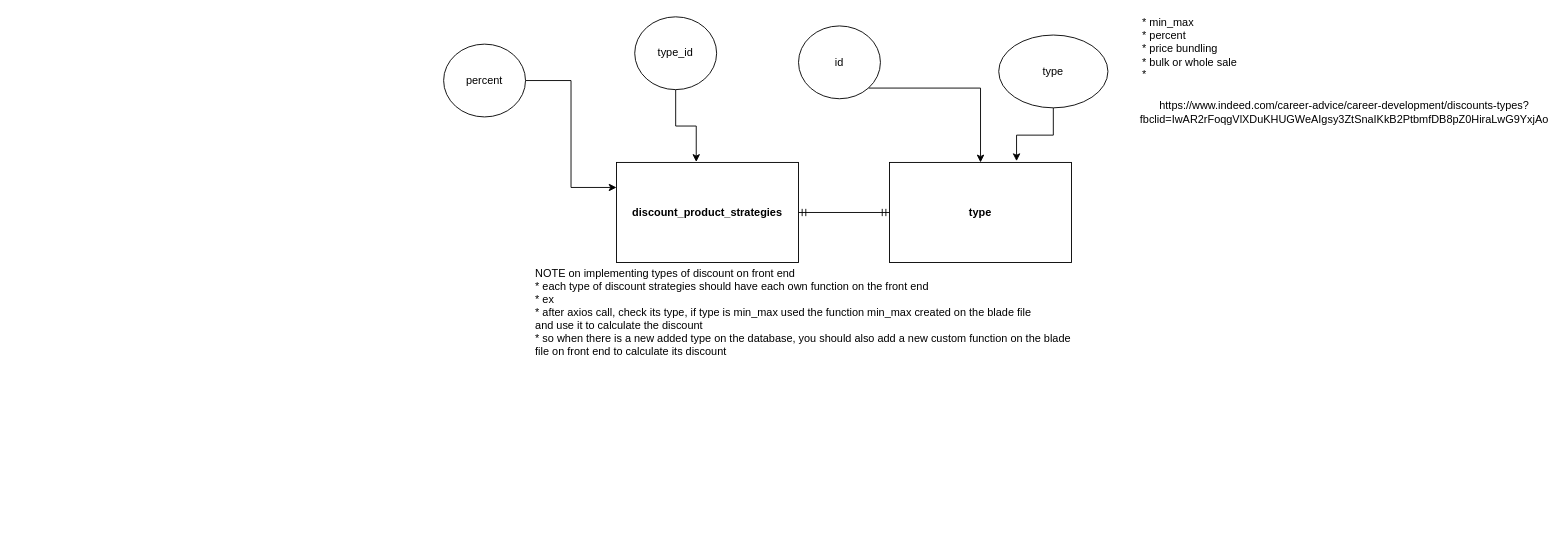
The draw.io diagram discount strategy.drawio in janpaulalmanoche/zz, before the edit. Source tidied: cells renumbered, new cells numbered last; positions are measured from the earlier drawing's top-left corner, leaving out a move shared by most shapes. Both pictures are drawn from the tidied source at 91%, with x=0, y=0 at pixel (443, 16).
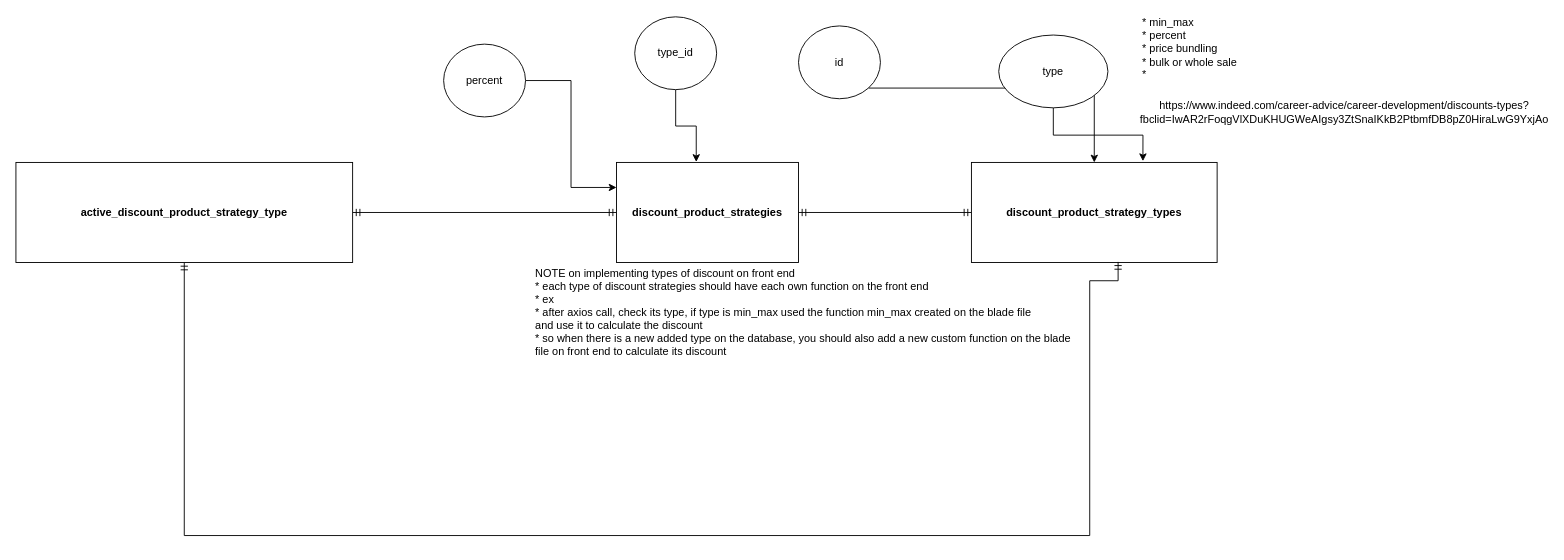
The same page after the edit.

The change refers to these unchanged cells:
```xml
<mxCell id="2" value="&lt;b&gt;discount_product_strategies&lt;/b&gt;" style="rounded=0;whiteSpace=wrap;html=1;" parent="1" vertex="1">
  <mxGeometry x="190" y="160" width="200" height="110" as="geometry" />
</mxCell>
```

What changed in the source:
```diff
@@
-    <mxCell id="4" value="&lt;b&gt;type&lt;/b&gt;" style="rounded=0;whiteSpace=wrap;html=1;" parent="1" vertex="1">
-      <mxGeometry x="490" y="160" width="200" height="110" as="geometry" />
+    <mxCell id="4" value="&lt;b&gt;discount_product_strategy_types&lt;/b&gt;" style="rounded=0;whiteSpace=wrap;html=1;" parent="1" vertex="1">
+      <mxGeometry x="580" y="160" width="270" height="110" as="geometry" />
     </mxCell>
@@
+    <mxCell id="16" style="edgeStyle=orthogonalEdgeStyle;rounded=0;jettySize=auto;html=1;exitX=1;exitY=0.5;exitDx=0;exitDy=0;entryX=0;entryY=0.5;entryDx=0;entryDy=0;endArrow=ERmandOne;endFill=0;strokeColor=default;startArrow=ERmandOne;startFill=0;" parent="1" edge="1" source="18" target="2">
+      <mxGeometry relative="1" as="geometry" />
+    </mxCell>
+    <mxCell id="17" style="edgeStyle=orthogonalEdgeStyle;rounded=0;jettySize=auto;html=1;exitX=0.5;exitY=1;exitDx=0;exitDy=0;entryX=0.597;entryY=0.994;entryDx=0;entryDy=0;entryPerimeter=0;startArrow=ERmandOne;startFill=0;endArrow=ERmandOne;endFill=0;strokeColor=default;" parent="1" edge="1" source="18" target="4">
+      <mxGeometry relative="1" as="geometry">
+        <Array as="points">
+          <mxPoint x="-285" y="570" />
+          <mxPoint x="710" y="570" />
+          <mxPoint x="710" y="290" />
+          <mxPoint x="741" y="290" />
+        </Array>
+      </mxGeometry>
+    </mxCell>
+    <mxCell id="18" value="&lt;b&gt;active_&lt;/b&gt;&lt;b&gt;discount_product_strategy_type&lt;/b&gt;" style="rounded=0;whiteSpace=wrap;html=1;" parent="1" vertex="1">
+      <mxGeometry x="-470" y="160" width="370" height="110" as="geometry" />
+    </mxCell>
```
